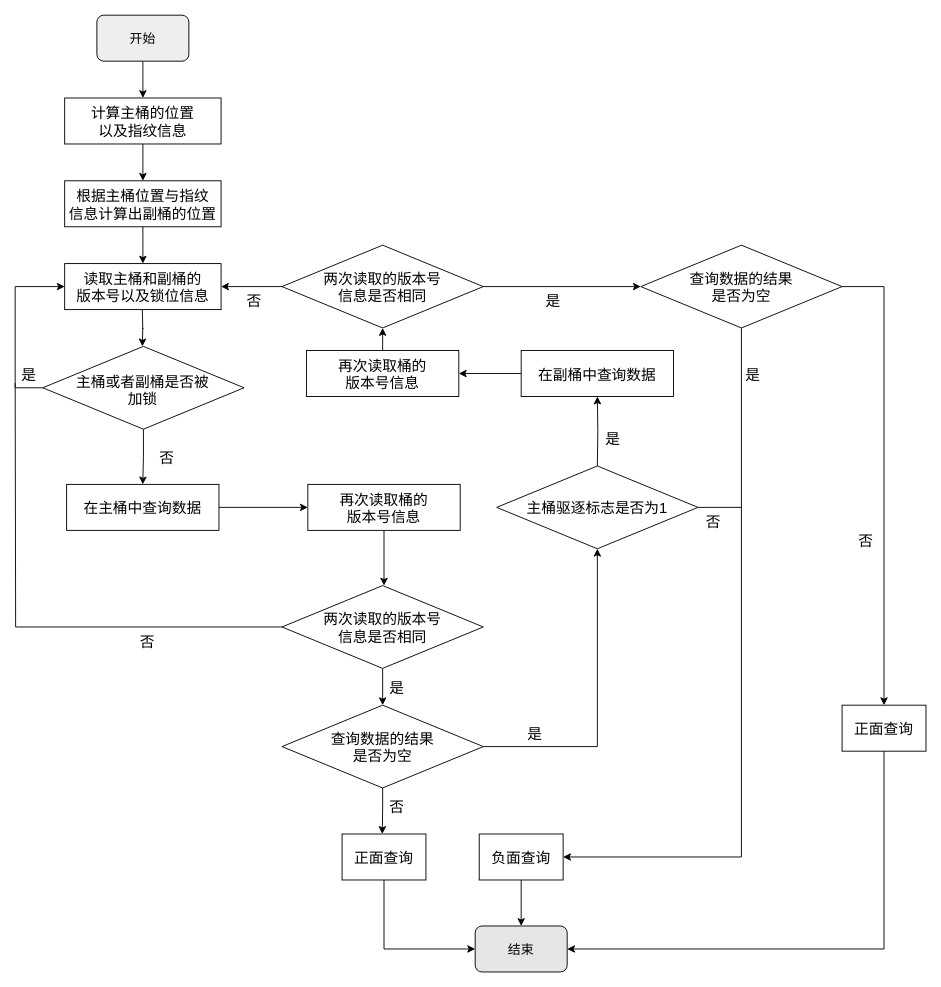
This is page "读取操作流程图" (15 of 25) of 毕业论文.drawio from HustDsy/Picture, a draw.io file, before an edit. Source tidied: cells renumbered, new cells numbered last; positions are measured from the earlier drawing's top-left corner, leaving out a move shared by most shapes. Both pictures are drawn from the tidied source at 92%, with x=0, y=0 at pixel (15, 15).
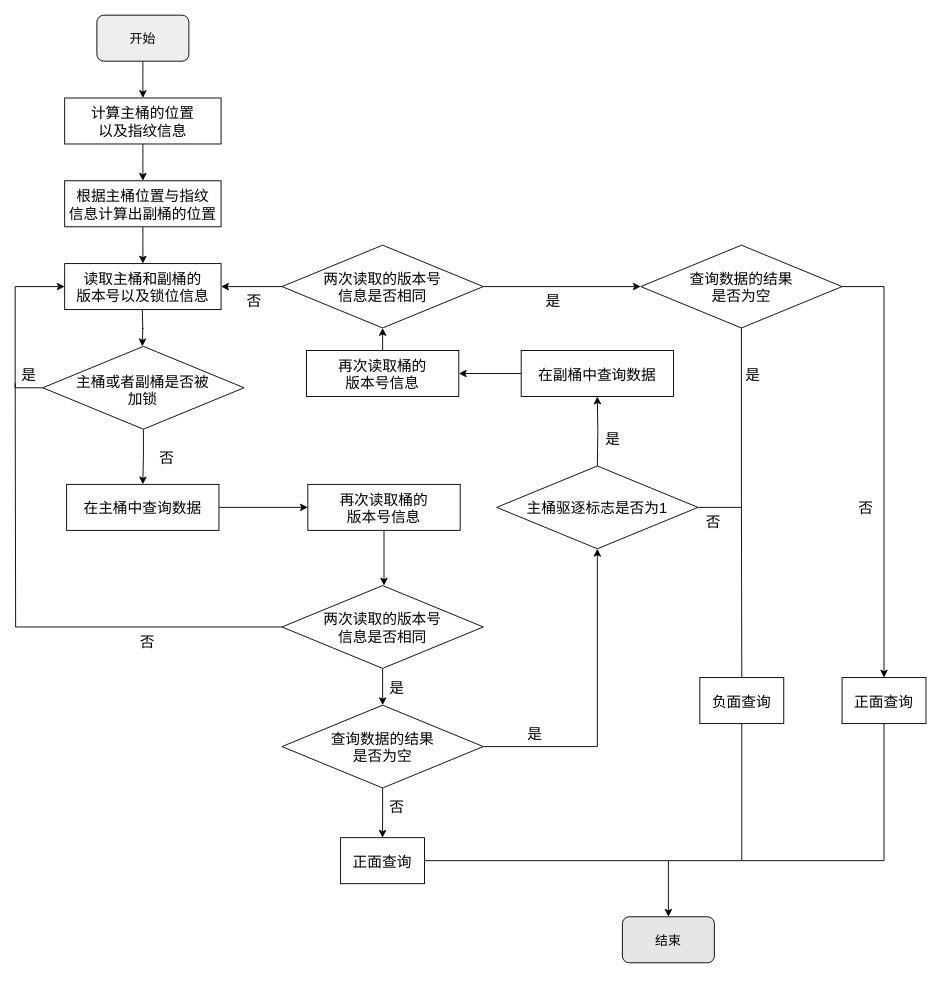
The same diagram, later.

Unchanged cells that the change refers to:
```xml
<mxCell id="37" value="查询数据的结果&#10;是否为空" style="strokeWidth=1;shape=mxgraph.flowchart.decision;comic=0;fontFamily=宋体;fontSize=16;fontColor=default;fillColor=#FFFFFF;" parent="1" vertex="1">
  <mxGeometry x="680" y="250" width="218.8" height="90" as="geometry" />
</mxCell>
<mxCell id="41" value="查询数据的结果&#10;是否为空" style="strokeWidth=1;shape=mxgraph.flowchart.decision;comic=0;fontFamily=宋体;fontSize=16;fontColor=default;fillColor=#FFFFFF;" parent="1" vertex="1">
  <mxGeometry x="290" y="750" width="218.8" height="90" as="geometry" />
</mxCell>
```

What changed in the source:
```diff
@@
-    <mxCell id="36" style="edgeStyle=orthogonalEdgeStyle;rounded=0;jettySize=auto;html=0;exitX=0.5;exitY=1;exitDx=0;exitDy=0;exitPerimeter=0;entryX=1;entryY=0.5;entryDx=0;entryDy=0;fontFamily=宋体;fontSize=13;" parent="1" edge="1" source="37" target="53">
+    <mxCell id="36" style="edgeStyle=orthogonalEdgeStyle;rounded=0;jettySize=auto;html=0;exitX=0.5;exitY=1;exitDx=0;exitDy=0;exitPerimeter=0;entryX=0.5;entryY=0;entryDx=0;entryDy=0;fontFamily=宋体;fontSize=16;fontColor=#E6E6E6;endArrow=none;endFill=0;elbow=vertical;" parent="1" edge="1" source="37" target="53">
       <mxGeometry relative="1" as="geometry" />
     </mxCell>
@@
-    <mxCell id="40" style="edgeStyle=orthogonalEdgeStyle;rounded=0;jettySize=auto;exitX=0.5;exitY=1;exitDx=0;exitDy=0;exitPerimeter=0;fontFamily=宋体;fontSize=16;fontColor=default;endArrow=classic;endFill=1;strokeWidth=1;" parent="1" edge="1" source="41">
-      <mxGeometry relative="1" as="geometry">
-        <mxPoint x="399" y="890" as="targetPoint" />
-      </mxGeometry>
-    </mxCell>
+    <mxCell id="56" style="edgeStyle=orthogonalEdgeStyle;rounded=0;jettySize=auto;html=0;exitX=0.5;exitY=1;exitDx=0;exitDy=0;exitPerimeter=0;entryX=0.5;entryY=0;entryDx=0;entryDy=0;fontFamily=宋体;fontSize=16;fontColor=#E6E6E6;endArrow=classic;endFill=1;elbow=vertical;" parent="1" edge="1" source="41" target="55">
+      <mxGeometry relative="1" as="geometry" />
+    </mxCell>
@@
     <mxCell id="48" value="否" style="text;align=center;verticalAlign=middle;strokeColor=none;fillColor=none;fontSize=16;fontFamily=宋体;fontColor=default;strokeWidth=1;" parent="1" vertex="1">
-      <mxGeometry x="910" y="560" width="30" height="20" as="geometry" />
+      <mxGeometry x="910" y="525" width="30" height="20" as="geometry" />
     </mxCell>
     <mxCell id="49" value="结束" style="rounded=1;comic=0;fontFamily=宋体;fontSize=14;strokeWidth=1;fillColor=#E6E6E6;strokeColor=#000000;" parent="1" vertex="1">
-      <mxGeometry x="500" y="990" width="100" height="50" as="geometry" />
+      <mxGeometry x="660" y="980" width="100" height="50" as="geometry" />
     </mxCell>
-    <mxCell id="50" style="edgeStyle=orthogonalEdgeStyle;rounded=0;jettySize=auto;exitX=0.5;exitY=1;exitDx=0;exitDy=0;entryX=1;entryY=0.5;entryDx=0;entryDy=0;fontFamily=宋体;fontSize=16;fontColor=default;endArrow=classic;endFill=1;strokeWidth=1;" parent="1" edge="1" source="51" target="49">
-      <mxGeometry relative="1" as="geometry" />
-    </mxCell>
+    <mxCell id="57" style="edgeStyle=orthogonalEdgeStyle;rounded=0;orthogonalLoop=1;jettySize=auto;html=0;exitX=0.5;exitY=1;exitDx=0;exitDy=0;fontFamily=宋体;fontSize=16;fontColor=#E6E6E6;endArrow=none;endFill=0;elbow=vertical;" parent="1" edge="1">
+      <mxGeometry relative="1" as="geometry">
+        <mxPoint x="944.4" y="769" as="sourcePoint" />
+        <mxPoint x="790" y="919" as="targetPoint" />
+        <Array as="points">
+          <mxPoint x="944" y="919" />
+        </Array>
+      </mxGeometry>
+    </mxCell>
     <mxCell id="51" value="正面查询" style="rounded=0;comic=0;fontFamily=宋体;fontSize=16;fontColor=default;strokeColor=#000000;strokeWidth=1;fillColor=#FFFFFF;" parent="1" vertex="1">
-      <mxGeometry x="898.8" y="750" width="91.2" height="50" as="geometry" />
+      <mxGeometry x="898.8" y="720" width="91.2" height="50" as="geometry" />
     </mxCell>
-    <mxCell id="52" style="edgeStyle=orthogonalEdgeStyle;rounded=0;jettySize=auto;html=0;exitX=0.5;exitY=1;exitDx=0;exitDy=0;entryX=0.5;entryY=0;entryDx=0;entryDy=0;fontFamily=宋体;fontSize=13;" parent="1" edge="1" source="53" target="49">
-      <mxGeometry relative="1" as="geometry" />
-    </mxCell>
+    <mxCell id="58" style="edgeStyle=orthogonalEdgeStyle;rounded=0;orthogonalLoop=1;jettySize=auto;html=0;exitX=0.5;exitY=1;exitDx=0;exitDy=0;fontFamily=宋体;fontSize=16;fontColor=#E6E6E6;endArrow=none;endFill=0;elbow=vertical;" parent="1" edge="1">
+      <mxGeometry relative="1" as="geometry">
+        <mxPoint x="789.8" y="769" as="sourcePoint" />
+        <mxPoint x="710" y="919" as="targetPoint" />
+        <Array as="points">
+          <mxPoint x="790" y="919" />
+        </Array>
+      </mxGeometry>
+    </mxCell>
     <mxCell id="53" value="负面查询" style="rounded=0;comic=0;fontFamily=宋体;fontSize=16;fontColor=default;strokeColor=#000000;strokeWidth=1;fillColor=#FFFFFF;" parent="1" vertex="1">
-      <mxGeometry x="504.4" y="890" width="91.2" height="50" as="geometry" />
+      <mxGeometry x="744.2" y="720" width="91.2" height="50" as="geometry" />
     </mxCell>
-    <mxCell id="54" style="edgeStyle=orthogonalEdgeStyle;rounded=0;jettySize=auto;html=0;exitX=0.5;exitY=1;exitDx=0;exitDy=0;entryX=0;entryY=0.5;entryDx=0;entryDy=0;fontFamily=宋体;fontSize=13;" parent="1" edge="1" source="55" target="49">
+    <mxCell id="54" style="edgeStyle=orthogonalEdgeStyle;rounded=0;jettySize=auto;html=0;exitX=1;exitY=0.5;exitDx=0;exitDy=0;fontFamily=宋体;fontSize=16;fontColor=#E6E6E6;endArrow=classic;endFill=1;elbow=vertical;entryX=0.5;entryY=0;entryDx=0;entryDy=0;" parent="1" edge="1" source="55" target="49">
       <mxGeometry relative="1" as="geometry" />
     </mxCell>
     <mxCell id="55" value="正面查询" style="rounded=0;comic=0;fontFamily=宋体;fontSize=16;fontColor=default;strokeColor=#000000;strokeWidth=1;fillColor=#FFFFFF;" parent="1" vertex="1">
-      <mxGeometry x="355.3" y="890" width="91.2" height="50" as="geometry" />
+      <mxGeometry x="353.7" y="894" width="91.2" height="50" as="geometry" />
     </mxCell>
```
